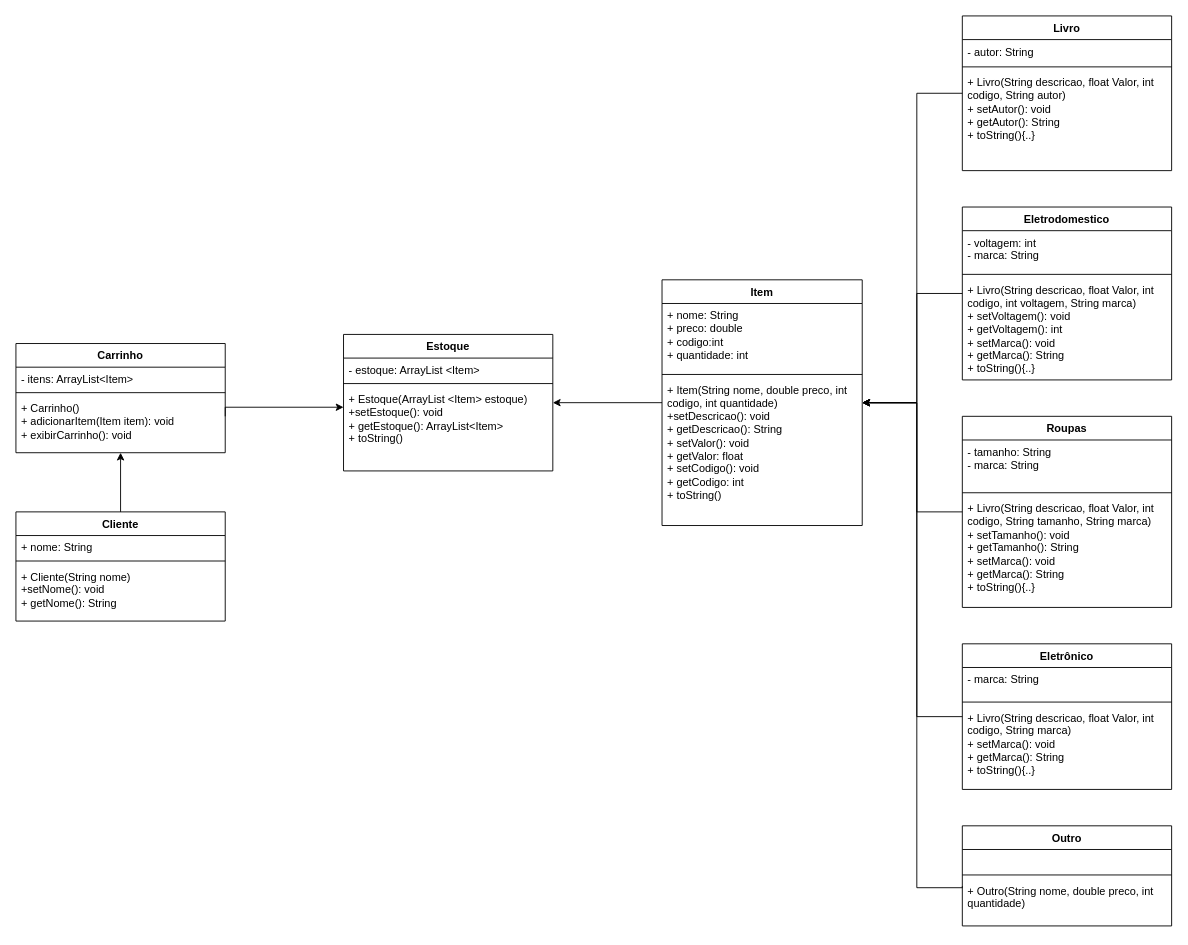
Earlier version of the draw.io diagram Diagrama de classe do projeto.drawio (GustaSch/TrabalhoGrauB). Source tidied: cells renumbered, new cells numbered last; positions are measured from the earlier drawing's top-left corner, leaving out a move shared by most shapes. Both pictures are drawn from the tidied source at 91%, with x=0, y=0 at pixel (15, 15).
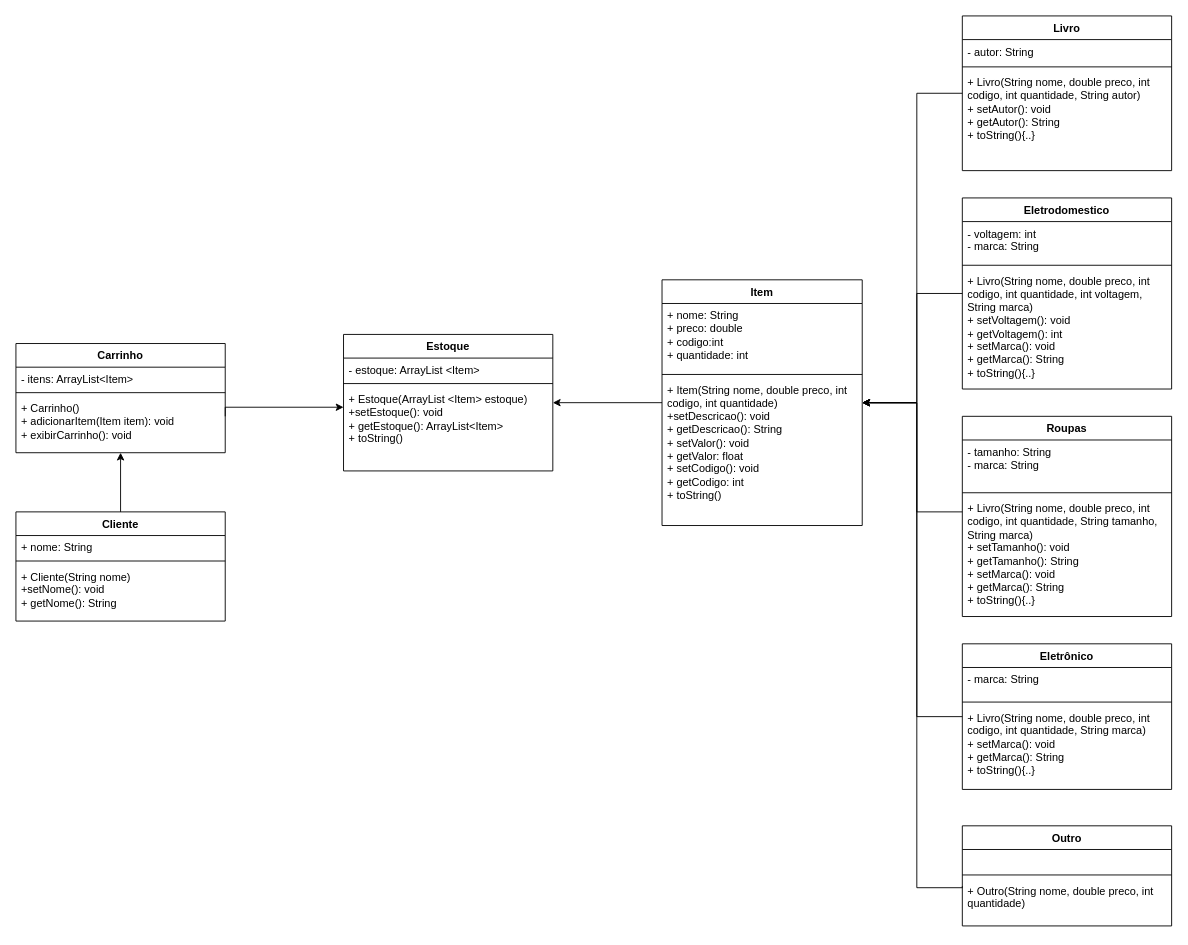
The same diagram, later.

The change refers to these unchanged cells:
```xml
<mxCell id="3" value="Livro" style="swimlane;fontStyle=1;align=center;verticalAlign=top;horizontal=1;startSize=26;whiteSpace=wrap;html=1;" parent="1" vertex="1">
  <mxGeometry x="1040" width="230" height="170" as="geometry" />
</mxCell>
<mxCell id="23" value="Eletrônico" style="swimlane;fontStyle=1;align=center;verticalAlign=top;horizontal=1;startSize=26;whiteSpace=wrap;html=1;" parent="1" vertex="1">
  <mxGeometry x="1040" y="690" width="230" height="160" as="geometry" />
</mxCell>
```

What changed in the source:
```diff
@@
-    <mxCell id="6" value="+ Livro(String descricao, float Valor, int codigo, String autor)&lt;br&gt;+ setAutor(): void&lt;br&gt;+ getAutor(): String&lt;br&gt;+ toString(){..}" style="text;strokeColor=none;fillColor=none;align=left;verticalAlign=top;spacingLeft=4;spacingRight=4;overflow=hidden;whiteSpace=wrap;html=1;" parent="3" vertex="1">
+    <mxCell id="6" value="+ Livro(String nome, double preco, int codigo, int quantidade, String autor)&lt;br&gt;+ setAutor(): void&lt;br&gt;+ getAutor(): String&lt;br&gt;+ toString(){..}" style="text;strokeColor=none;fillColor=none;align=left;verticalAlign=top;spacingLeft=4;spacingRight=4;overflow=hidden;whiteSpace=wrap;html=1;" parent="3" vertex="1">
       <mxGeometry y="60" width="230" height="110" as="geometry" />
     </mxCell>
@@
     <mxCell id="13" value="Eletrodomestico" style="swimlane;fontStyle=1;align=center;verticalAlign=top;horizontal=1;startSize=26;whiteSpace=wrap;html=1;" parent="1" vertex="1">
-      <mxGeometry x="1040" y="210" width="230" height="190" as="geometry" />
+      <mxGeometry x="1040" y="200" width="230" height="210" as="geometry" />
     </mxCell>
@@
-    <mxCell id="16" value="+ Livro(String descricao, float Valor, int codigo, int voltagem, String marca)&lt;br&gt;+ setVoltagem(): void&lt;br&gt;+ getVoltagem(): int&lt;br&gt;+ setMarca(): void&lt;br&gt;+ getMarca(): String&lt;br&gt;+ toString(){..}" style="text;strokeColor=none;fillColor=none;align=left;verticalAlign=top;spacingLeft=4;spacingRight=4;overflow=hidden;whiteSpace=wrap;html=1;" parent="13" vertex="1">
-      <mxGeometry y="78" width="230" height="112" as="geometry" />
+    <mxCell id="16" value="+ Livro(String nome, double preco, int codigo, int quantidade, int voltagem, String marca)&lt;br&gt;+ setVoltagem(): void&lt;br&gt;+ getVoltagem(): int&lt;br&gt;+ setMarca(): void&lt;br&gt;+ getMarca(): String&lt;br&gt;+ toString(){..}" style="text;strokeColor=none;fillColor=none;align=left;verticalAlign=top;spacingLeft=4;spacingRight=4;overflow=hidden;whiteSpace=wrap;html=1;" parent="13" vertex="1">
+      <mxGeometry y="78" width="230" height="132" as="geometry" />
     </mxCell>
@@
     <mxCell id="18" value="Roupas" style="swimlane;fontStyle=1;align=center;verticalAlign=top;horizontal=1;startSize=26;whiteSpace=wrap;html=1;" parent="1" vertex="1">
-      <mxGeometry x="1040" y="440" width="230" height="210" as="geometry" />
+      <mxGeometry x="1040" y="440" width="230" height="220" as="geometry" />
     </mxCell>
@@
-    <mxCell id="21" value="+ Livro(String descricao, float Valor, int codigo, String tamanho, String marca)&lt;br&gt;+ setTamanho(): void&lt;br&gt;+ getTamanho(): String&lt;br&gt;+ setMarca(): void&lt;br style=&quot;border-color: var(--border-color);&quot;&gt;+ getMarca(): String&lt;br&gt;+ toString(){..}" style="text;strokeColor=none;fillColor=none;align=left;verticalAlign=top;spacingLeft=4;spacingRight=4;overflow=hidden;whiteSpace=wrap;html=1;" parent="18" vertex="1">
-      <mxGeometry y="88" width="230" height="122" as="geometry" />
+    <mxCell id="21" value="+ Livro(String nome, double preco, int codigo, int quantidade, String tamanho, String marca)&lt;br&gt;+ setTamanho(): void&lt;br&gt;+ getTamanho(): String&lt;br&gt;+ setMarca(): void&lt;br style=&quot;border-color: var(--border-color);&quot;&gt;+ getMarca(): String&lt;br&gt;+ toString(){..}" style="text;strokeColor=none;fillColor=none;align=left;verticalAlign=top;spacingLeft=4;spacingRight=4;overflow=hidden;whiteSpace=wrap;html=1;" parent="18" vertex="1">
+      <mxGeometry y="88" width="230" height="132" as="geometry" />
     </mxCell>
@@
-    <mxCell id="26" value="+ Livro(String descricao, float Valor, int codigo, String marca)&lt;br&gt;+ setMarca(): void&lt;br&gt;+ getMarca(): String&lt;br&gt;+ toString(){..}" style="text;strokeColor=none;fillColor=none;align=left;verticalAlign=top;spacingLeft=4;spacingRight=4;overflow=hidden;whiteSpace=wrap;html=1;" parent="23" vertex="1">
+    <mxCell id="26" value="+ Livro(String nome, double preco, int codigo, int quantidade, String marca)&lt;br&gt;+ setMarca(): void&lt;br&gt;+ getMarca(): String&lt;br&gt;+ toString(){..}" style="text;strokeColor=none;fillColor=none;align=left;verticalAlign=top;spacingLeft=4;spacingRight=4;overflow=hidden;whiteSpace=wrap;html=1;" parent="23" vertex="1">
       <mxGeometry y="68" width="230" height="92" as="geometry" />
     </mxCell>
```
